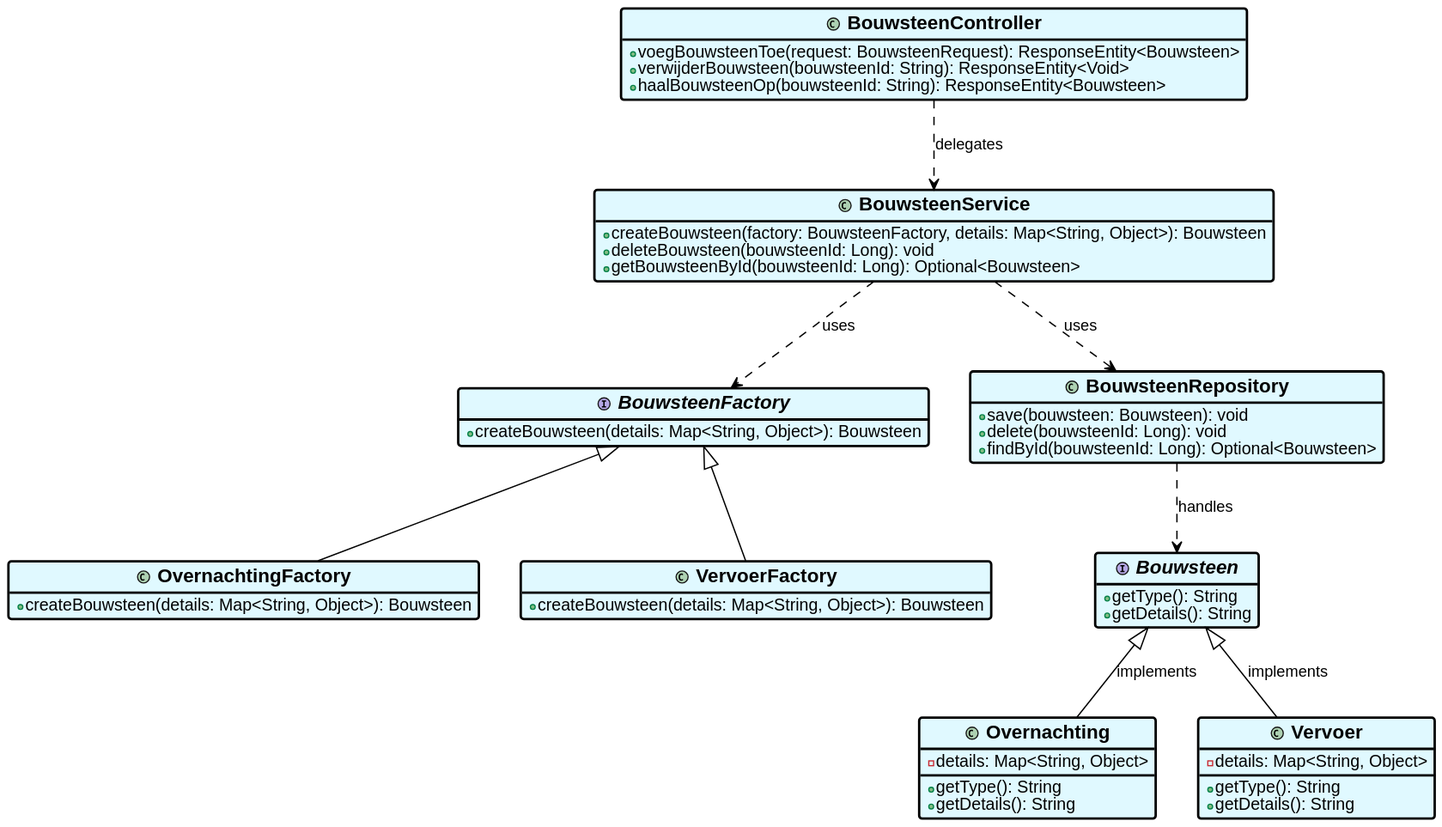
This is Bartu/Onderzoek/classDiagramOnderzoek-0.svg from AIM-ENE-feb25/triptop-dravende-dikdiks, a PlantUML export, as it was before one commit.
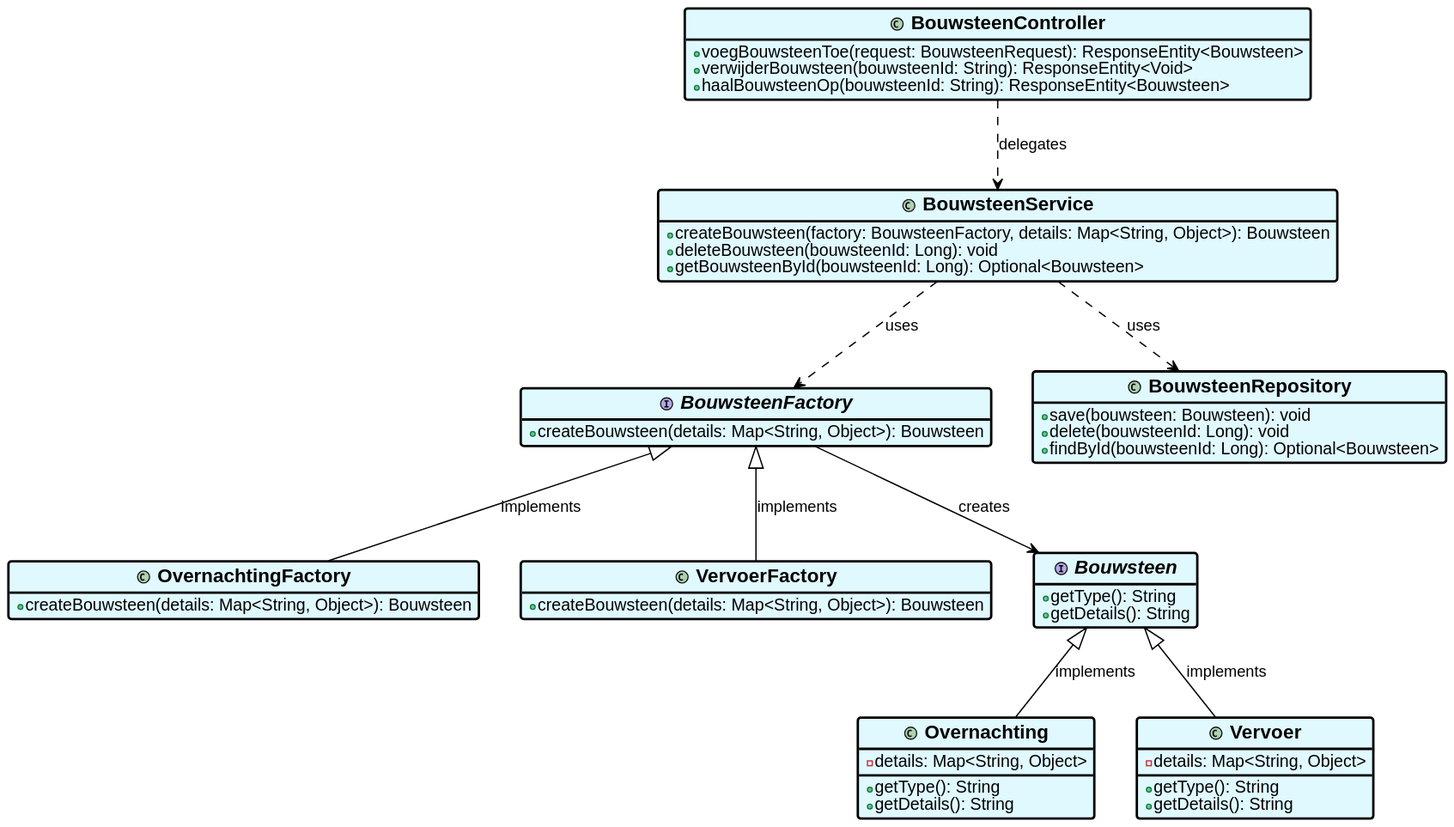
The same file after the commit.

What changed in the source:
```diff
@@ -50,12 +50,12 @@
 
 Bouwsteen <|-- Overnachting : implements
 Bouwsteen <|-- Vervoer : implements
-BouwsteenFactory <|-- OvernachtingFactory
-BouwsteenFactory <|-- VervoerFactory
+BouwsteenFactory <|-- OvernachtingFactory : implements
+BouwsteenFactory <|-- VervoerFactory : implements
 
 BouwsteenService ..> BouwsteenFactory : uses
 BouwsteenController ..> BouwsteenService : delegates
 
 BouwsteenService ..> BouwsteenRepository : uses
-BouwsteenRepository ..> Bouwsteen : handles
+BouwsteenFactory --> Bouwsteen : creates
 @enduml
```
